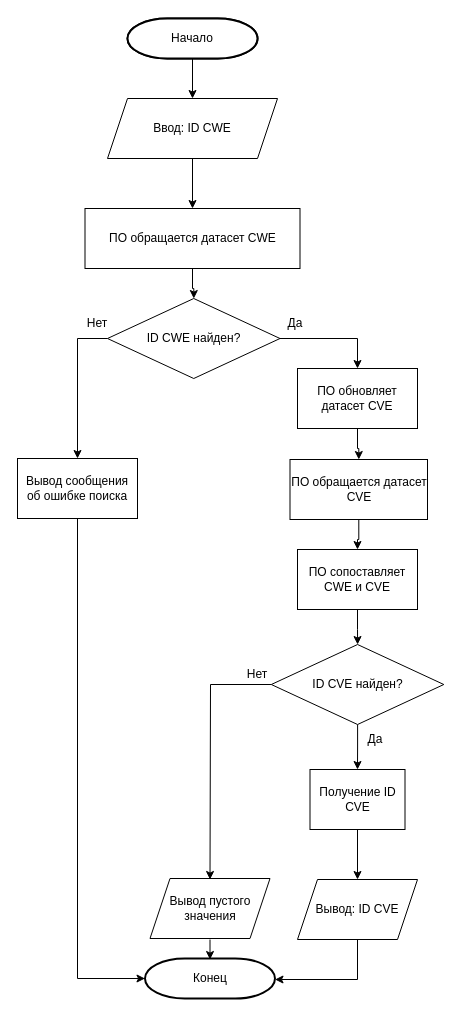
SmirnovBogdan8/Diplom keeps this draw.io diagram as Algorithm_OPZ/(1. ВД) Алгоритм Генерация CVE.drawio. Above is the earlier version. Source tidied: cells renumbered, new cells numbered last; positions are measured from the earlier drawing's top-left corner, leaving out a move shared by most shapes. Both pictures are drawn from the tidied source at 100%, with x=0, y=0 at pixel (17, 18).
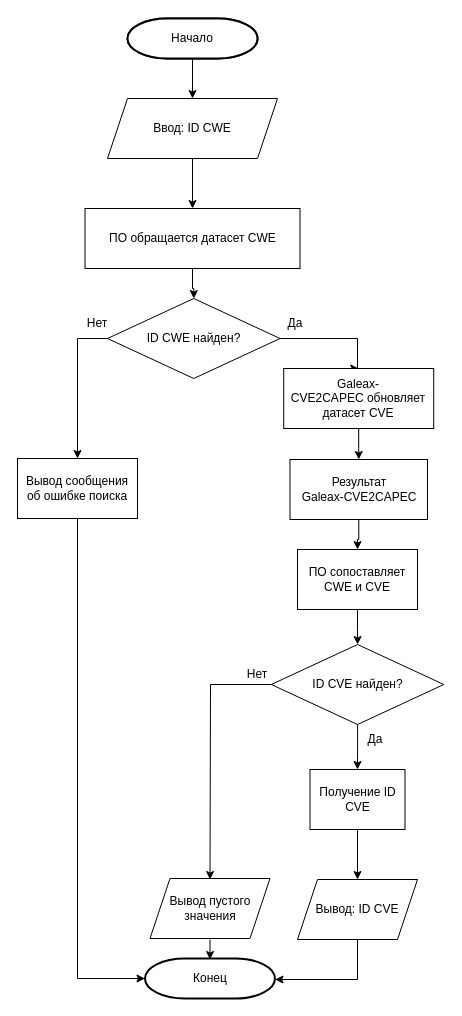
Above is the later version.

Commit message (it also covers changes not shown here):
Внесение программ Galeax-CVE2CAPEC и SSVC Calculator

Diff of the diagram source:
```diff
@@
-    <mxCell id="24" value="ПО обращается датасет CVE" style="rounded=0;whiteSpace=wrap;html=1;" parent="1" vertex="1">
+    <mxCell id="24" value="&lt;div&gt;Результат&lt;/div&gt;Galeax-CVE2CAPEC" style="rounded=0;whiteSpace=wrap;html=1;" parent="1" vertex="1">
       <mxGeometry x="272.5" y="441" width="137.5" height="60" as="geometry" />
     </mxCell>
@@
-    <mxCell id="33" value="ПО обновляет датасет CVE" style="rounded=0;whiteSpace=wrap;html=1;" parent="1" vertex="1">
-      <mxGeometry x="280" y="350" width="120" height="60" as="geometry" />
+    <mxCell id="33" value="&lt;div&gt;&lt;span style=&quot;background-color: initial;&quot;&gt;Galeax-CVE2CAPEC&lt;/span&gt;&lt;span style=&quot;background-color: initial;&quot;&gt;&amp;nbsp;обновляет датасет CVE&lt;/span&gt;&lt;br&gt;&lt;/div&gt;" style="rounded=0;whiteSpace=wrap;html=1;" parent="1" vertex="1">
+      <mxGeometry x="266.2" y="350" width="150" height="60" as="geometry" />
     </mxCell>
```
